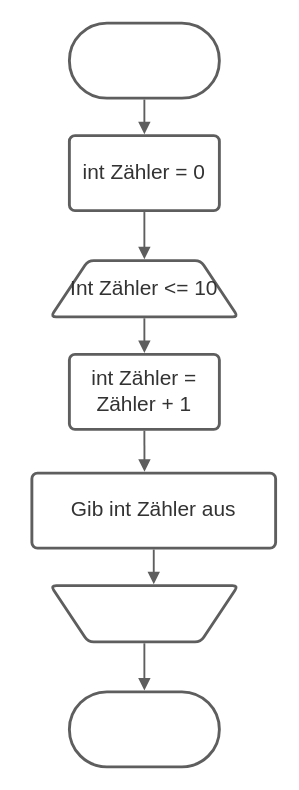
The draw.io diagram print 1-10.drawio in Jonas-Heuberger/Modul-403, before the edit. Source tidied: cells renumbered, new cells numbered last; positions are measured from the earlier drawing's top-left corner, leaving out a move shared by most shapes. Both pictures are drawn from the tidied source at 125%, with x=0, y=0 at pixel (31, 22).
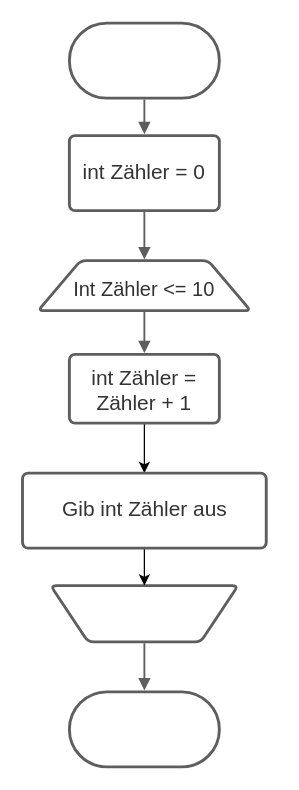
The same diagram, later.

Change to the diagram source:
```diff
@@
 <mxGraphModel>
   <root>
     <mxCell id="0" />
     <mxCell id="1" parent="0" />
     <mxCell id="2" style="html=1;overflow=block;blockSpacing=1;whiteSpace=wrap;rounded=1;arcSize=50;whiteSpace=wrap;fontSize=16.7;fontColor=#333333;align=center;spacing=3.8;strokeColor=#5e5e5e;strokeOpacity=100;strokeWidth=2.3;" parent="1" vertex="1">
       <mxGeometry x="30" width="120" height="60" as="geometry" />
     </mxCell>
     <mxCell id="3" value="int Zähler = 0" style="html=1;overflow=block;blockSpacing=1;whiteSpace=wrap;whiteSpace=wrap;fontSize=16.7;fontColor=#333333;align=center;spacing=9;strokeColor=#5e5e5e;strokeOpacity=100;rounded=1;absoluteArcSize=1;arcSize=9;strokeWidth=2.3;" parent="1" vertex="1">
       <mxGeometry x="30" y="90" width="120" height="60" as="geometry" />
     </mxCell>
     <mxCell id="4" style="html=1;jettySize=18;whiteSpace=wrap;fontSize=13;strokeColor=#5E5E5E;strokeWidth=1.5;rounded=1;arcSize=12;edgeStyle=orthogonalEdgeStyle;startArrow=none;endArrow=block;endFill=1;exitX=0.5;exitY=1.019;exitPerimeter=0;entryX=0.5;entryY=-0.019;entryPerimeter=0;" parent="1" edge="1" source="2" target="3">
       <mxGeometry relative="1" as="geometry" />
     </mxCell>
     <mxCell id="5" style="html=1;overflow=block;blockSpacing=1;whiteSpace=wrap;rounded=1;arcSize=50;whiteSpace=wrap;fontSize=13;align=center;spacing=3.8;strokeColor=#5e5e5e;strokeOpacity=100;strokeWidth=2.3;" parent="1" vertex="1">
       <mxGeometry x="30" y="535" width="120" height="60" as="geometry" />
     </mxCell>
     <mxCell id="6" style="html=1;overflow=block;blockSpacing=1;whiteSpace=wrap;shape=trapezoid;perimeter=trapezoidPerimeter;anchorPointDirection=0;flipV=1;whiteSpace=wrap;fontSize=16.7;fontColor=#333333;align=center;spacing=3.8;strokeColor=#5e5e5e;strokeOpacity=100;rounded=1;absoluteArcSize=1;arcSize=9;strokeWidth=2.3;" parent="1" vertex="1">
       <mxGeometry x="15" y="450" width="150" height="45" as="geometry" />
     </mxCell>
     <mxCell id="7" style="html=1;overflow=block;blockSpacing=1;whiteSpace=wrap;shape=trapezoid;perimeter=trapezoidPerimeter;anchorPointDirection=0;flipV=1;whiteSpace=wrap;fontSize=16.7;fontColor=#333333;align=center;spacing=3.8;strokeColor=#5e5e5e;strokeOpacity=100;rounded=1;absoluteArcSize=1;arcSize=9;rotation=180;strokeWidth=2.3;" parent="1" vertex="1">
-      <mxGeometry x="15" y="190" width="150" height="45" as="geometry" />
+      <mxGeometry x="5" y="190" width="170" height="40" as="geometry" />
     </mxCell>
-    <mxCell id="8" value="Int Zähler &amp;lt;= 10 " style="html=1;overflow=block;blockSpacing=1;whiteSpace=wrap;shape=trapezoid;perimeter=trapezoidPerimeter;anchorPointDirection=0;flipV=1;whiteSpace=wrap;fontSize=16.7;fontColor=#333333;align=center;spacing=3.8;strokeOpacity=100;rounded=1;absoluteArcSize=1;arcSize=9;strokeWidth=2.3;fillColor=none;strokeColor=none;rotation=0;" parent="7" vertex="1">
-      <mxGeometry width="150" height="45" relative="1" as="geometry" />
+    <mxCell id="8" value="Int Zähler &amp;lt;= 10 " style="html=1;overflow=block;blockSpacing=1;whiteSpace=wrap;shape=trapezoid;perimeter=trapezoidPerimeter;anchorPointDirection=0;flipV=1;whiteSpace=wrap;fontSize=16;fontColor=#333333;align=center;spacing=3.8;strokeOpacity=100;rounded=1;absoluteArcSize=1;arcSize=9;strokeWidth=2.3;fillColor=none;strokeColor=none;rotation=0;" parent="7" vertex="1">
+      <mxGeometry width="150" height="45" relative="1" as="geometry">
+        <mxPoint x="10" y="-5" as="offset" />
+      </mxGeometry>
     </mxCell>
     <mxCell id="9" style="html=1;jettySize=18;whiteSpace=wrap;fontSize=13;strokeColor=#5E5E5E;strokeWidth=1.5;rounded=1;arcSize=12;edgeStyle=orthogonalEdgeStyle;startArrow=none;endArrow=block;endFill=1;exitX=0.5;exitY=1.019;exitPerimeter=0;entryX=0.5;entryY=-0.02499999999999991;entryPerimeter=0;" parent="1" edge="1" source="3" target="7">
       <mxGeometry relative="1" as="geometry" />
     </mxCell>
+    <mxCell id="13" style="edgeStyle=orthogonalEdgeStyle;rounded=0;jettySize=auto;html=1;fontSize=16;" parent="1" edge="1" source="10" target="11">
+      <mxGeometry relative="1" as="geometry" />
+    </mxCell>
     <mxCell id="10" value="int Zähler = Zähler + 1 " style="html=1;overflow=block;blockSpacing=1;whiteSpace=wrap;whiteSpace=wrap;fontSize=16.7;fontColor=#333333;align=center;spacing=9;strokeColor=#5e5e5e;strokeOpacity=100;rounded=1;absoluteArcSize=1;arcSize=9;strokeWidth=2.3;" parent="1" vertex="1">
-      <mxGeometry x="30" y="265" width="120" height="60" as="geometry" />
+      <mxGeometry x="30" y="265" width="120" height="55" as="geometry" />
     </mxCell>
+    <mxCell id="14" style="edgeStyle=orthogonalEdgeStyle;rounded=0;jettySize=auto;html=1;fontSize=16;" parent="1" edge="1" source="11" target="6">
+      <mxGeometry relative="1" as="geometry" />
+    </mxCell>
     <mxCell id="11" value="Gib int Zähler aus" style="html=1;overflow=block;blockSpacing=1;whiteSpace=wrap;whiteSpace=wrap;fontSize=16.7;fontColor=#333333;align=center;spacing=9;strokeColor=#5e5e5e;strokeOpacity=100;rounded=1;absoluteArcSize=1;arcSize=9;strokeWidth=2.3;" parent="1" vertex="1">
-      <mxGeometry y="360" width="195" height="60" as="geometry" />
+      <mxGeometry x="-7.5" y="360" width="195" height="60" as="geometry" />
     </mxCell>
     <mxCell id="12" style="html=1;jettySize=18;whiteSpace=wrap;fontSize=13;strokeColor=#5E5E5E;strokeWidth=1.5;rounded=1;arcSize=12;edgeStyle=orthogonalEdgeStyle;startArrow=none;endArrow=block;endFill=1;exitX=0.5;exitY=1.025;exitPerimeter=0;entryX=0.5;entryY=-0.019;entryPerimeter=0;" parent="1" edge="1" source="7" target="10">
       <mxGeometry relative="1" as="geometry" />
     </mxCell>
-    <mxCell id="13" style="html=1;jettySize=18;whiteSpace=wrap;fontSize=13;strokeColor=#5E5E5E;strokeWidth=1.5;rounded=1;arcSize=12;edgeStyle=orthogonalEdgeStyle;startArrow=none;endArrow=block;endFill=1;exitX=0.5;exitY=1.019;exitPerimeter=0;entryX=0.462;entryY=-0.019;entryPerimeter=0;" parent="1" edge="1" source="10" target="11">
-      <mxGeometry relative="1" as="geometry" />
-    </mxCell>
-    <mxCell id="14" style="html=1;jettySize=18;whiteSpace=wrap;fontSize=13;strokeColor=#5E5E5E;strokeWidth=1.5;rounded=1;arcSize=12;edgeStyle=orthogonalEdgeStyle;startArrow=none;endArrow=block;endFill=1;exitX=0.5;exitY=1.019;exitPerimeter=0;entryX=0.55;entryY=1.025;entryPerimeter=0;" parent="1" edge="1" source="11" target="6">
-      <mxGeometry relative="1" as="geometry" />
-    </mxCell>
     <mxCell id="15" style="html=1;jettySize=18;whiteSpace=wrap;fontSize=13;strokeColor=#5E5E5E;strokeWidth=1.5;rounded=1;arcSize=12;edgeStyle=orthogonalEdgeStyle;startArrow=none;endArrow=block;endFill=1;exitX=0.5;exitY=-0.02499999999999991;exitPerimeter=0;entryX=0.5;entryY=-0.019;entryPerimeter=0;" parent="1" edge="1" source="6" target="5">
       <mxGeometry relative="1" as="geometry" />
     </mxCell>
   </root>
 </mxGraphModel>
```
